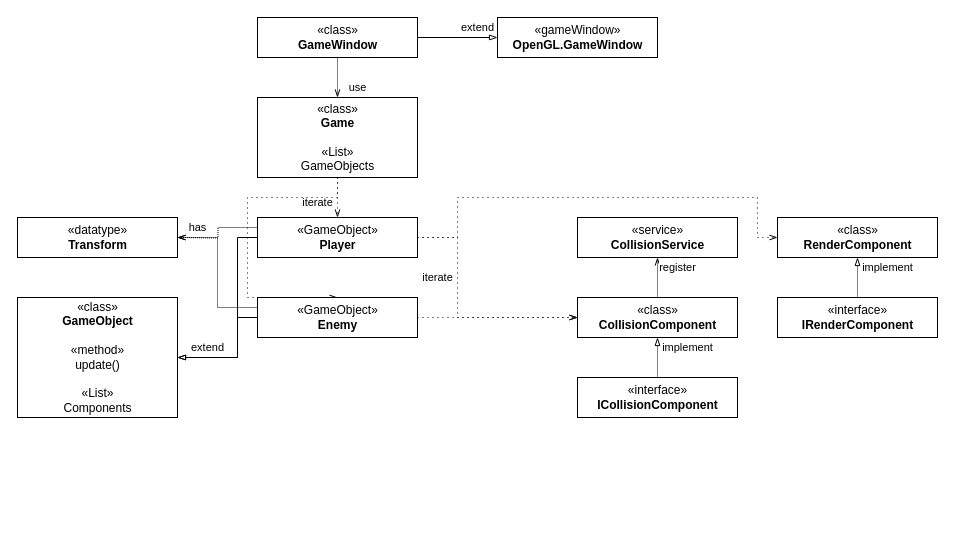
Earlier version of the draw.io diagram page "ComponentBasedClassDiagram" (5 of 5) of SoftwareArchitecture.drawio (manuel4dams/Adventure). Source tidied: cells renumbered, new cells numbered last; positions are measured from the earlier drawing's top-left corner, leaving out a move shared by most shapes. Both pictures are drawn from the tidied source at 100%, with x=0, y=0 at pixel (17, 17).
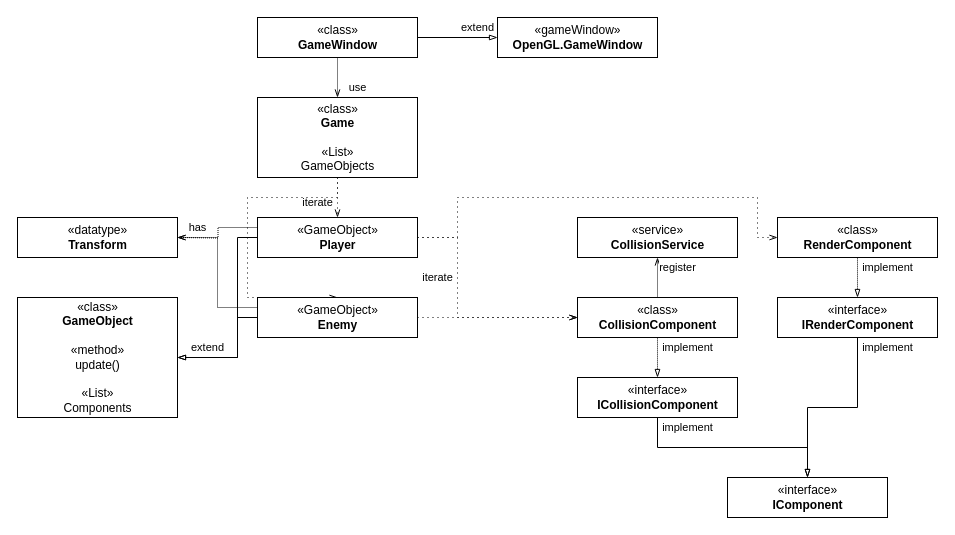
The same diagram, later.

Unchanged cells that the change refers to:
```xml
<mxCell id="3" value="«interface»&lt;br&gt;&lt;b&gt;ICollisionComponent&lt;/b&gt;" style="html=1;" parent="1" vertex="1">
  <mxGeometry x="560" y="360" width="160" height="40" as="geometry" />
</mxCell>
<mxCell id="11" value="«class»&lt;br&gt;&lt;b&gt;CollisionComponent&lt;/b&gt;" style="html=1;" parent="1" vertex="1">
  <mxGeometry x="560" y="280" width="160" height="40" as="geometry" />
</mxCell>
<mxCell id="20" value="«interface»&lt;br&gt;&lt;b&gt;IRenderComponent&lt;/b&gt;" style="html=1;" parent="1" vertex="1">
  <mxGeometry x="760" y="280" width="160" height="40" as="geometry" />
</mxCell>
<mxCell id="21" value="«class»&lt;br&gt;&lt;b&gt;RenderComponent&lt;/b&gt;" style="html=1;" parent="1" vertex="1">
  <mxGeometry x="760" y="200" width="160" height="40" as="geometry" />
</mxCell>
```

The edit, as a diff of the source:
```diff
@@
-    <mxCell id="2" value="implement" style="edgeStyle=orthogonalEdgeStyle;rounded=0;jettySize=auto;html=1;exitX=0.5;exitY=0;exitDx=0;exitDy=0;entryX=0.5;entryY=1;entryDx=0;entryDy=0;startArrow=none;startFill=0;endArrow=blockThin;endFill=0;dashed=1;dashPattern=1 1;" parent="1" edge="1" source="3" target="11">
+    <mxCell id="2" value="implement" style="edgeStyle=orthogonalEdgeStyle;rounded=0;jettySize=auto;html=1;exitX=0.5;exitY=0;exitDx=0;exitDy=0;entryX=0.5;entryY=1;entryDx=0;entryDy=0;startArrow=blockThin;startFill=0;endArrow=none;endFill=0;dashed=1;dashPattern=1 1;" parent="1" edge="1" source="3" target="11">
       <mxGeometry x="0.5" y="-30" relative="1" as="geometry" />
     </mxCell>
+    <mxCell id="28" value="&lt;div&gt;implement&lt;/div&gt;" style="edgeStyle=orthogonalEdgeStyle;rounded=0;jettySize=auto;html=1;exitX=0.5;exitY=1;exitDx=0;exitDy=0;entryX=0.5;entryY=0;entryDx=0;entryDy=0;startArrow=none;startFill=0;endArrow=blockThin;endFill=0;" parent="1" edge="1" source="3" target="30">
+      <mxGeometry x="-0.43" y="20" relative="1" as="geometry" />
+    </mxCell>
@@
-    <mxCell id="19" value="implement" style="edgeStyle=orthogonalEdgeStyle;rounded=0;jettySize=auto;html=1;exitX=0.5;exitY=0;exitDx=0;exitDy=0;entryX=0.5;entryY=1;entryDx=0;entryDy=0;startArrow=none;startFill=0;endArrow=blockThin;endFill=0;dashed=1;dashPattern=1 1;" parent="1" edge="1" source="20" target="21">
+    <mxCell id="19" value="implement" style="edgeStyle=orthogonalEdgeStyle;rounded=0;jettySize=auto;html=1;exitX=0.5;exitY=0;exitDx=0;exitDy=0;entryX=0.5;entryY=1;entryDx=0;entryDy=0;startArrow=blockThin;startFill=0;endArrow=none;endFill=0;dashed=1;dashPattern=1 1;" parent="1" edge="1" source="20" target="21">
       <mxGeometry x="0.5" y="-30" relative="1" as="geometry" />
     </mxCell>
+    <mxCell id="29" value="implement" style="edgeStyle=orthogonalEdgeStyle;rounded=0;jettySize=auto;html=1;exitX=0.5;exitY=1;exitDx=0;exitDy=0;startArrow=none;startFill=0;endArrow=blockThin;endFill=0;entryX=0.5;entryY=0;entryDx=0;entryDy=0;" parent="1" edge="1" source="20" target="30">
+      <mxGeometry x="-0.89" y="30" relative="1" as="geometry" />
+    </mxCell>
@@
+    <mxCell id="30" value="«interface»&lt;br&gt;&lt;b&gt;IComponent&lt;/b&gt;" style="html=1;" parent="1" vertex="1">
+      <mxGeometry x="710" y="460" width="160" height="40" as="geometry" />
+    </mxCell>
```
